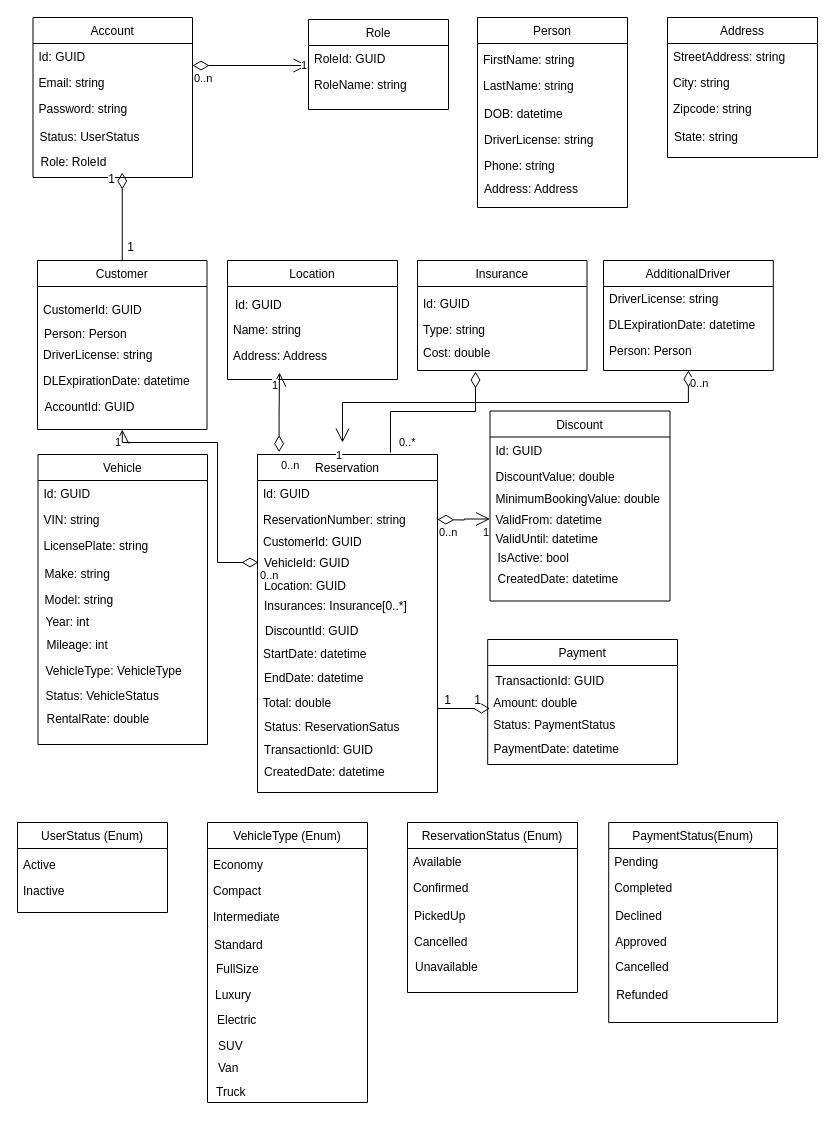
Before: page "Class diagram" (4 of 5) of OnlineCarReservaction.drawio in nguyenha1311/ha-diagrams, a draw.io diagram. Source tidied: cells renumbered, new cells numbered last; positions are measured from the earlier drawing's top-left corner, leaving out a move shared by most shapes. Both pictures are drawn from the tidied source at 100%, with x=0, y=0 at pixel (17, 17).
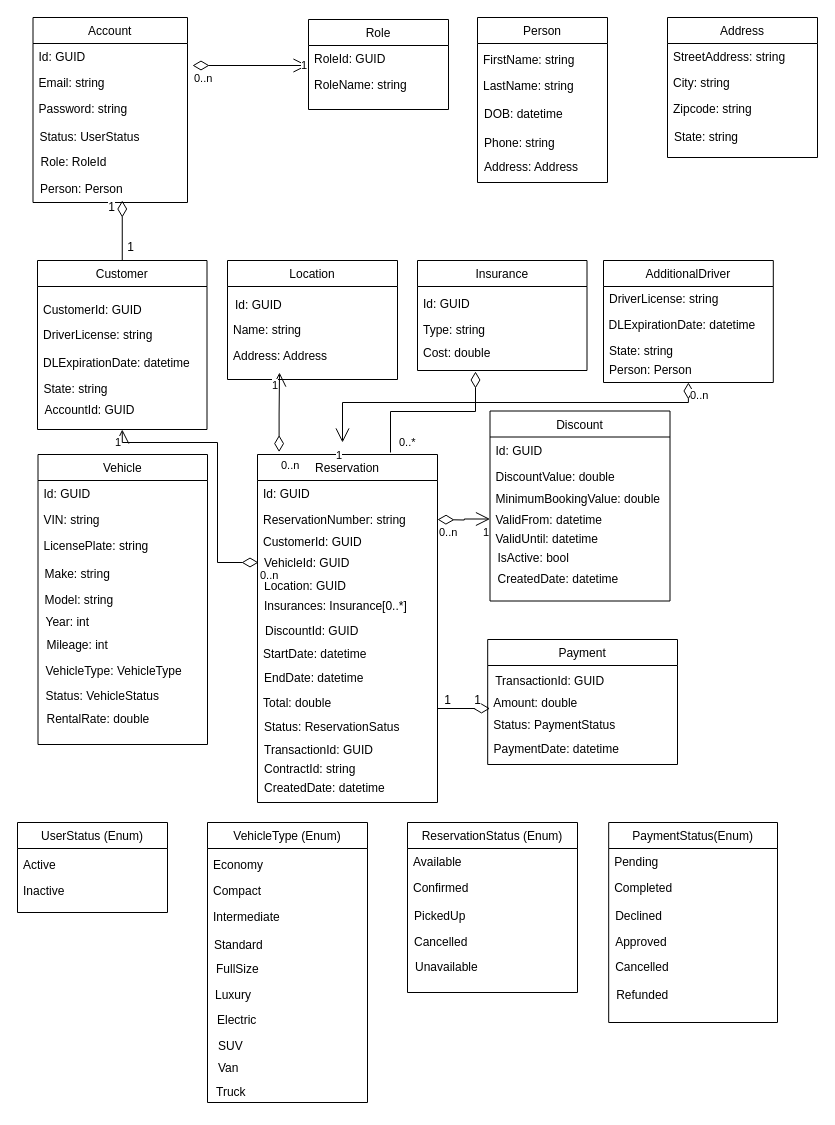
After the change.

What changed in the source:
```diff
@@
     <mxCell id="2" value="Person" style="swimlane;fontStyle=0;horizontal=1;startSize=26;fillColor=none;labelBackgroundColor=default;" parent="1" vertex="1">
-      <mxGeometry x="460" width="150" height="190" as="geometry" />
+      <mxGeometry x="460" width="130" height="165" as="geometry" />
     </mxCell>
@@
-    <mxCell id="6" value="DriverLicense: string" style="text;strokeColor=none;fillColor=none;align=left;verticalAlign=top;spacingLeft=4;spacingRight=4;overflow=hidden;labelBackgroundColor=default;" parent="1" vertex="1">
-      <mxGeometry x="461" y="109" width="140" height="26" as="geometry" />
-    </mxCell>
     <mxCell id="7" value="Phone: string" style="text;strokeColor=none;fillColor=none;align=left;verticalAlign=top;spacingLeft=4;spacingRight=4;overflow=hidden;labelBackgroundColor=default;" parent="1" vertex="1">
-      <mxGeometry x="461" y="135" width="149" height="26" as="geometry" />
+      <mxGeometry x="461" y="112" width="149" height="26" as="geometry" />
     </mxCell>
     <mxCell id="8" value="Address: Address" style="text;strokeColor=none;fillColor=none;align=left;verticalAlign=top;spacingLeft=4;spacingRight=4;overflow=hidden;labelBackgroundColor=default;" parent="1" vertex="1">
-      <mxGeometry x="461" y="158" width="149" height="26" as="geometry" />
+      <mxGeometry x="461" y="136" width="149" height="26" as="geometry" />
     </mxCell>
@@
     <mxCell id="14" value="Account" style="swimlane;fontStyle=0;horizontal=1;startSize=26;fillColor=default;labelBackgroundColor=default;" parent="1" vertex="1">
-      <mxGeometry x="15.5" width="159.5" height="160" as="geometry" />
+      <mxGeometry x="15.5" width="154.5" height="185" as="geometry" />
     </mxCell>
@@
     <mxCell id="19" value="Person: Person" style="text;strokeColor=none;fillColor=none;align=left;verticalAlign=top;spacingLeft=4;spacingRight=4;overflow=hidden;labelBackgroundColor=default;" parent="1" vertex="1">
-      <mxGeometry x="21" y="303" width="140" height="26" as="geometry" />
+      <mxGeometry x="17" y="158" width="140" height="26" as="geometry" />
     </mxCell>
@@
     <mxCell id="25" value="DriverLicense: string" style="text;strokeColor=none;fillColor=none;align=left;verticalAlign=top;spacingLeft=4;spacingRight=4;overflow=hidden;labelBackgroundColor=default;" parent="1" vertex="1">
-      <mxGeometry x="20" y="324" width="140" height="26" as="geometry" />
+      <mxGeometry x="20" y="304" width="140" height="26" as="geometry" />
     </mxCell>
     <mxCell id="26" value="DLExpirationDate: datetime" style="text;strokeColor=none;fillColor=none;align=left;verticalAlign=top;spacingLeft=4;spacingRight=4;overflow=hidden;labelBackgroundColor=default;" parent="1" vertex="1">
-      <mxGeometry x="20" y="350" width="159.5" height="26" as="geometry" />
+      <mxGeometry x="20" y="332" width="159.5" height="26" as="geometry" />
     </mxCell>
@@
     <mxCell id="46" value="Reservation" style="swimlane;fontStyle=0;horizontal=1;startSize=26;fillColor=none;labelBackgroundColor=default;" parent="1" vertex="1">
-      <mxGeometry x="240" y="437" width="180" height="338" as="geometry" />
+      <mxGeometry x="240" y="437" width="180" height="348" as="geometry" />
     </mxCell>
@@
     <mxCell id="56" value="CreatedDate: datetime" style="text;strokeColor=none;fillColor=none;align=left;verticalAlign=top;spacingLeft=4;spacingRight=4;overflow=hidden;labelBackgroundColor=default;" parent="1" vertex="1">
-      <mxGeometry x="241" y="741" width="140" height="26" as="geometry" />
+      <mxGeometry x="241" y="757" width="140" height="26" as="geometry" />
     </mxCell>
@@
     <mxCell id="61" value="AdditionalDriver" style="swimlane;fontStyle=0;horizontal=1;startSize=26;fillColor=none;labelBackgroundColor=default;" parent="1" vertex="1">
-      <mxGeometry x="586" y="243" width="169.8" height="110" as="geometry" />
+      <mxGeometry x="586" y="243" width="169.8" height="122" as="geometry" />
     </mxCell>
@@
-    <mxCell id="63" value="Person: Person" style="text;strokeColor=none;fillColor=none;align=left;verticalAlign=top;spacingLeft=4;spacingRight=4;overflow=hidden;labelBackgroundColor=default;" parent="1" vertex="1">
+    <mxCell id="63" value="State: string" style="text;strokeColor=none;fillColor=none;align=left;verticalAlign=top;spacingLeft=4;spacingRight=4;overflow=hidden;labelBackgroundColor=default;" parent="1" vertex="1">
       <mxGeometry x="586" y="320" width="159.5" height="26" as="geometry" />
     </mxCell>
@@
     <mxCell id="66" value="AccountId: GUID" style="text;strokeColor=none;fillColor=none;align=left;verticalAlign=top;spacingLeft=4;spacingRight=4;overflow=hidden;labelBackgroundColor=default;" parent="1" vertex="1">
-      <mxGeometry x="21.5" y="376" width="140" height="26" as="geometry" />
+      <mxGeometry x="21.5" y="379" width="140" height="26" as="geometry" />
     </mxCell>
@@
     <mxCell id="121" value="1" style="text;html=1;align=center;verticalAlign=middle;points=[];strokeColor=none;fillColor=none;labelBackgroundColor=default;" parent="1" vertex="1">
-      <mxGeometry x="78.5" y="147" width="30" height="30" as="geometry" />
+      <mxGeometry x="78.5" y="175" width="30" height="30" as="geometry" />
     </mxCell>
@@
+    <mxCell id="129" value="Person: Person" style="text;strokeColor=none;fillColor=none;align=left;verticalAlign=top;spacingLeft=4;spacingRight=4;overflow=hidden;labelBackgroundColor=default;" parent="1" vertex="1">
+      <mxGeometry x="586" y="339" width="159.5" height="26" as="geometry" />
+    </mxCell>
+    <mxCell id="130" value="State: string" style="text;strokeColor=none;fillColor=none;align=left;verticalAlign=top;spacingLeft=4;spacingRight=4;overflow=hidden;labelBackgroundColor=default;" parent="1" vertex="1">
+      <mxGeometry x="20.5" y="358" width="140" height="26" as="geometry" />
+    </mxCell>
+    <mxCell id="131" value="ContractId: string" style="text;strokeColor=none;fillColor=none;align=left;verticalAlign=top;spacingLeft=4;spacingRight=4;overflow=hidden;labelBackgroundColor=default;" parent="1" vertex="1">
+      <mxGeometry x="241" y="738" width="140" height="26" as="geometry" />
+    </mxCell>
```
